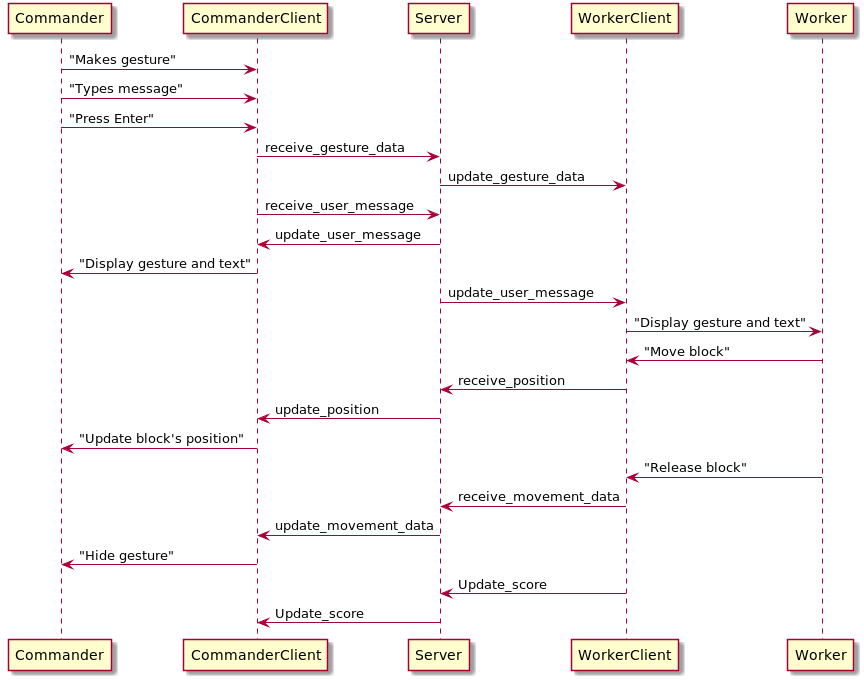
Before: docs/coop.png, a diagram exported from PlantUML (jcolemang/rhit-xprize-blocksworld).
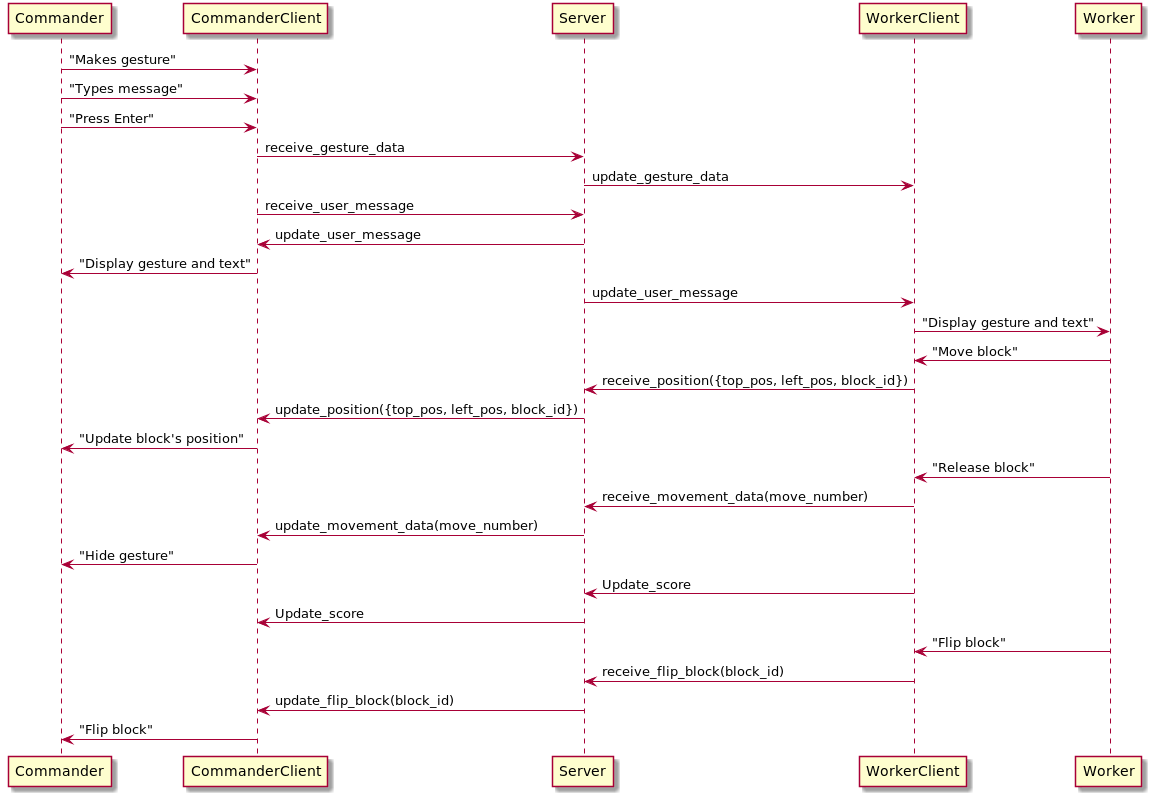
After the change.

Change to the diagram source:
```diff
@@ -10,13 +10,17 @@
 Server -> WorkerClient: update_user_message
 WorkerClient -> Worker: "Display gesture and text"
 Worker -> WorkerClient: "Move block"
-WorkerClient -> Server: receive_position
-Server -> CommanderClient: update_position
+WorkerClient -> Server: receive_position({top_pos, left_pos, block_id})
+Server -> CommanderClient: update_position({top_pos, left_pos, block_id})
 CommanderClient -> Commander: "Update block's position"
 Worker -> WorkerClient: "Release block"
-WorkerClient -> Server: receive_movement_data
-Server -> CommanderClient: update_movement_data
+WorkerClient -> Server: receive_movement_data(move_number)
+Server -> CommanderClient: update_movement_data(move_number)
 CommanderClient -> Commander: "Hide gesture"
 WorkerClient -> Server: Update_score
 Server -> CommanderClient: Update_score
+Worker -> WorkerClient: "Flip block"
+WorkerClient -> Server: receive_flip_block(block_id)
+Server -> CommanderClient: update_flip_block(block_id)
+CommanderClient -> Commander: "Flip block"
 @enduml
```
